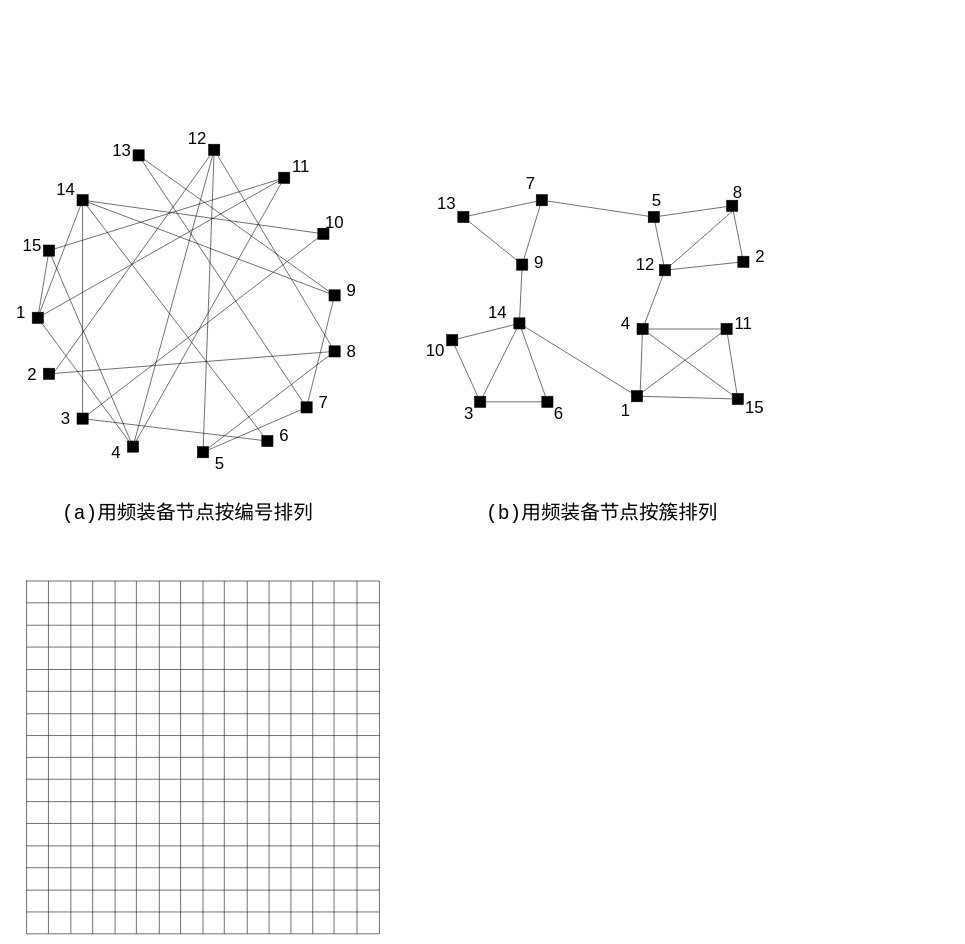
The draw.io diagram Untitled Diagram.drawio in liuming14/-, before the edit. Source tidied: cells renumbered, new cells numbered last; positions are measured from the earlier drawing's top-left corner, leaving out a move shared by most shapes. Both pictures are drawn from the tidied source at 56%, with x=0, y=0 at pixel (10, 10).
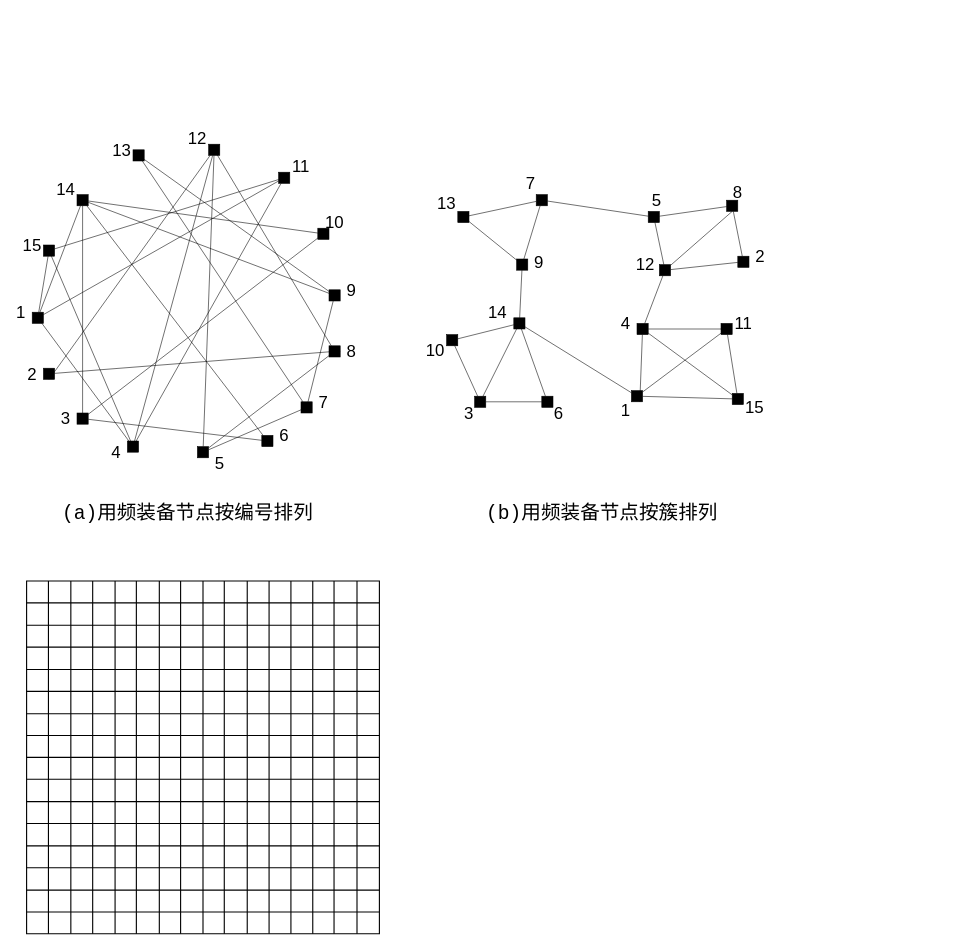
The same diagram, later.

The edit, as a diff of the source:
```diff
@@
-    <mxCell id="133" style="shape=table;html=1;whiteSpace=wrap;startSize=0;childLayout=tableLayout;" parent="1" vertex="1">
+    <mxCell id="133" style="shape=table;html=1;whiteSpace=wrap;startSize=0;childLayout=tableLayout;strokeWidth=2;" parent="1" vertex="1">
       <mxGeometry x="30" y="1020" width="630" height="630" as="geometry" />
     </mxCell>
-    <mxCell id="134" style="shape=partialRectangle;html=1;whiteSpace=wrap;fillColor=none;top=0;left=0;bottom=0;right=0;labelBorderColor=#000000;" parent="133" vertex="1">
+    <mxCell id="134" style="shape=partialRectangle;html=1;whiteSpace=wrap;fillColor=none;top=0;left=0;bottom=0;right=0;labelBorderColor=#000000;strokeColor=#FF66FF;" parent="133" vertex="1">
       <mxGeometry width="630" height="39" as="geometry" />
     </mxCell>
@@
-    <mxCell id="136" style="shape=partialRectangle;html=1;whiteSpace=wrap;overflow=hidden;fillColor=none;top=0;left=0;bottom=0;right=0;" parent="134" vertex="1">
+    <mxCell id="136" style="shape=partialRectangle;html=1;whiteSpace=wrap;overflow=hidden;fillColor=none;top=0;left=0;bottom=0;right=0;labelBorderColor=#FFFFFF;horizontal=1;verticalAlign=middle;" parent="134" vertex="1">
       <mxGeometry x="39" width="40" height="39" as="geometry" />
     </mxCell>
```
